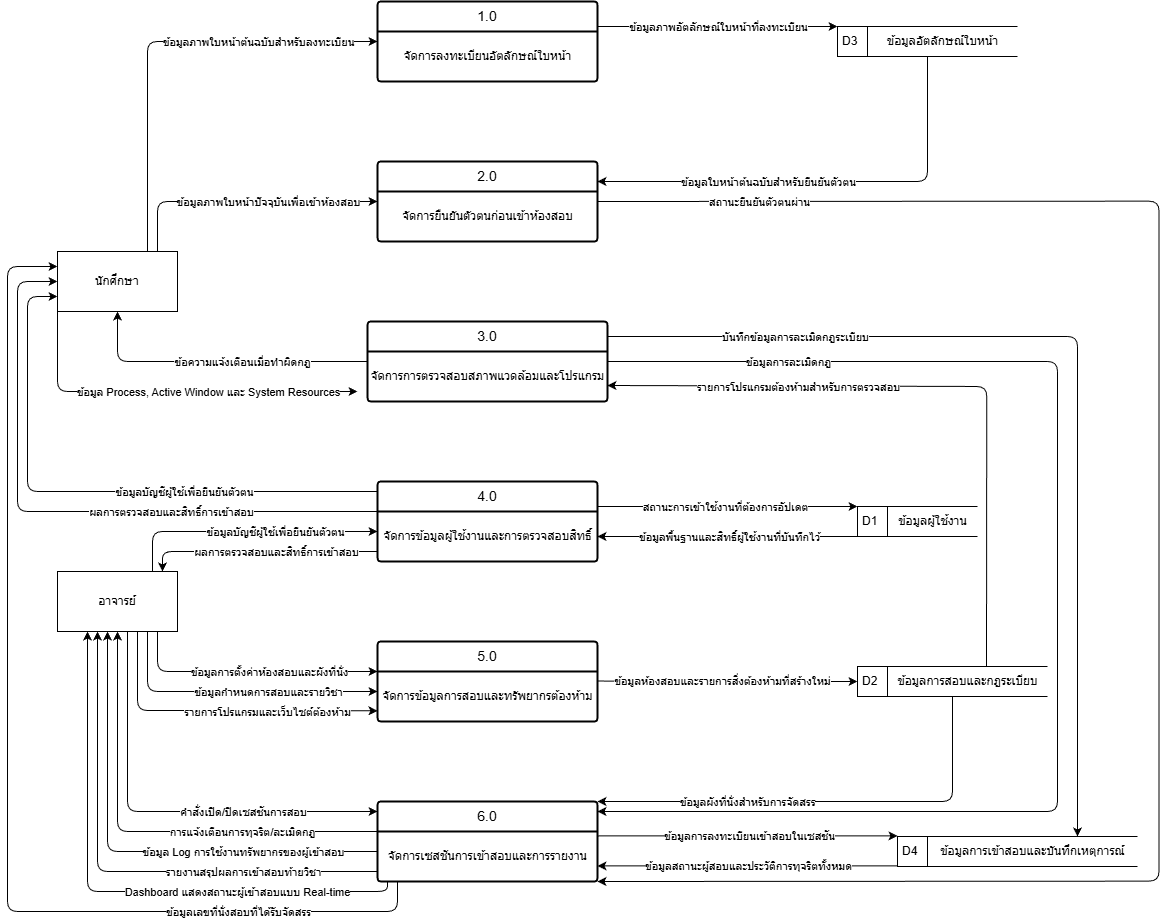
Earlier version of the draw.io export diagram_now/diagran_picture/DFD1.png (PatcharaphonKoosomsarp/FACE-EXAM). Source tidied: cells renumbered, new cells last; positions are measured from the earlier drawing's top-left corner, leaving out a move shared by most shapes.
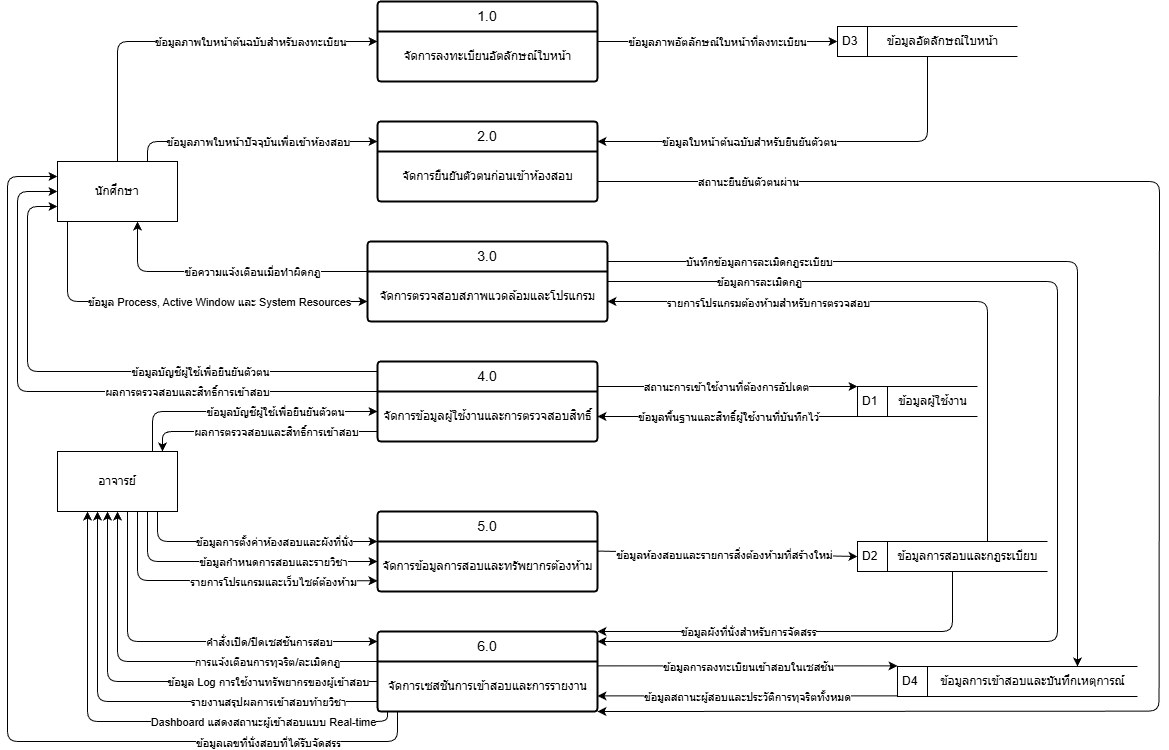
After the change.

What changed in the source:
```diff
@@ -5,3 +5,3 @@
     <mxCell id="2" value="4.0" style="swimlane;horizontal=1;startSize=30;rounded=1;fontSize=14;fontStyle=0;strokeWidth=2;shadow=0;dashed=0;align=center;arcSize=4;whiteSpace=wrap;html=1;" parent="1" vertex="1">
-      <mxGeometry x="370" y="480" width="220" height="80" as="geometry" />
+      <mxGeometry x="370" y="530" width="220" height="80" as="geometry" />
     </mxCell>
@@ -11,3 +11,3 @@
     <mxCell id="4" value="5.0" style="swimlane;horizontal=1;startSize=30;rounded=1;fontSize=14;fontStyle=0;strokeWidth=2;shadow=0;dashed=0;align=center;arcSize=4;whiteSpace=wrap;html=1;" parent="1" vertex="1">
-      <mxGeometry x="370" y="640" width="220" height="80" as="geometry" />
+      <mxGeometry x="370" y="680" width="220" height="80" as="geometry" />
     </mxCell>
@@ -17,3 +17,3 @@
     <mxCell id="6" style="group;" parent="1" vertex="1">
-      <mxGeometry x="850" y="505" width="120" height="30" as="geometry" />
+      <mxGeometry x="850" y="555" width="120" height="30" as="geometry" />
     </mxCell>
@@ -26,3 +26,3 @@
     <mxCell id="9" style="group;" parent="1" vertex="1">
-      <mxGeometry x="850" y="665" width="190" height="30" as="geometry" />
+      <mxGeometry x="850" y="710" width="190" height="30" as="geometry" />
     </mxCell>
@@ -35,3 +35,3 @@
     <mxCell id="12" style="group;" parent="1" vertex="1">
-      <mxGeometry x="830" y="25" width="180" height="30" as="geometry" />
+      <mxGeometry x="830" y="195" width="180" height="30" as="geometry" />
     </mxCell>
@@ -53,5 +53,5 @@
     <mxCell id="18" value="3.0" style="swimlane;horizontal=1;startSize=30;rounded=1;fontSize=14;fontStyle=0;strokeWidth=2;shadow=0;dashed=0;align=center;arcSize=4;whiteSpace=wrap;html=1;" parent="1" vertex="1">
-      <mxGeometry x="360" y="320" width="240" height="80" as="geometry" />
+      <mxGeometry x="360" y="410" width="240" height="80" as="geometry" />
     </mxCell>
-    <mxCell id="19" value="จัดการการตรวจสอบสภาพแวดล้อมและโปรแกรม" style="text;html=1;align=center;verticalAlign=middle;points=[];strokeColor=none;fillColor=none;" parent="18" vertex="1">
+    <mxCell id="19" value="จัดการตรวจสอบสภาพแวดล้อมและโปรแกรม" style="text;html=1;align=center;verticalAlign=middle;points=[];strokeColor=none;fillColor=none;" parent="18" vertex="1">
       <mxGeometry y="30" width="240" height="50" as="geometry" />
@@ -60,6 +60,6 @@
       <mxGeometry relative="1" as="geometry">
-        <mxPoint x="370" y="490" as="sourcePoint" />
+        <mxPoint x="370" y="540" as="sourcePoint" />
         <Array as="points">
-          <mxPoint x="20" y="490" />
-          <mxPoint x="20" y="295" />
+          <mxPoint x="20" y="540" />
+          <mxPoint x="20" y="375" />
         </Array>
@@ -74,6 +74,6 @@
       <mxGeometry relative="1" as="geometry">
-        <mxPoint x="370" y="510" as="sourcePoint" />
+        <mxPoint x="370" y="560" as="sourcePoint" />
         <Array as="points">
-          <mxPoint x="10" y="510" />
-          <mxPoint x="10" y="280" />
+          <mxPoint x="10" y="560" />
+          <mxPoint x="10" y="360" />
         </Array>
@@ -88,6 +88,6 @@
       <mxGeometry relative="1" as="geometry">
-        <mxPoint x="150" y="630" as="sourcePoint" />
-        <mxPoint x="370" y="670" as="targetPoint" />
+        <mxPoint x="150" y="680" as="sourcePoint" />
+        <mxPoint x="370" y="710" as="targetPoint" />
         <Array as="points">
-          <mxPoint x="150" y="670" />
+          <mxPoint x="150" y="710" />
         </Array>
@@ -102,6 +102,6 @@
       <mxGeometry relative="1" as="geometry">
-        <mxPoint x="140" y="630" as="sourcePoint" />
-        <mxPoint x="370" y="690" as="targetPoint" />
+        <mxPoint x="140" y="680" as="sourcePoint" />
+        <mxPoint x="370" y="730" as="targetPoint" />
         <Array as="points">
-          <mxPoint x="140" y="690" />
+          <mxPoint x="140" y="730" />
         </Array>
@@ -116,6 +116,6 @@
       <mxGeometry relative="1" as="geometry">
-        <mxPoint x="130" y="630" as="sourcePoint" />
-        <mxPoint x="370" y="709.3" as="targetPoint" />
+        <mxPoint x="130" y="680" as="sourcePoint" />
+        <mxPoint x="370" y="749.3" as="targetPoint" />
         <Array as="points">
-          <mxPoint x="130" y="709" />
+          <mxPoint x="130" y="749" />
         </Array>
@@ -128,23 +128,6 @@
     </mxCell>
-    <mxCell id="30" style="endArrow=classic;html=1;entryX=0;entryY=0.8;entryDx=0;entryDy=0;entryPerimeter=0;" parent="1" edge="1">
-      <mxGeometry relative="1" as="geometry">
-        <mxPoint x="140" y="250" as="sourcePoint" />
-        <mxPoint x="370" y="40" as="targetPoint" />
-        <Array as="points">
-          <mxPoint x="140" y="40" />
-          <mxPoint x="300" y="40" />
-        </Array>
-      </mxGeometry>
-    </mxCell>
-    <mxCell id="31" value="ข้อมูลภาพใบหน้าต้นฉบับสำหรับลงทะเบียน" style="edgeLabel;html=1;align=center;verticalAlign=middle;" parent="30" vertex="1">
-      <mxGeometry x="0.02" relative="1" as="geometry">
-        <mxPoint x="96" as="offset" />
-      </mxGeometry>
-    </mxCell>
-    <mxCell id="32" style="endArrow=classic;html=1;" parent="1" edge="1">
+    <mxCell id="32" style="endArrow=classic;html=1;entryX=0;entryY=0.25;entryDx=0;entryDy=0;exitX=0.75;exitY=0;exitDx=0;exitDy=0;" parent="1" edge="1" source="51" target="54">
       <mxGeometry relative="1" as="geometry">
-        <mxPoint x="150" y="250" as="sourcePoint" />
-        <mxPoint x="370" y="200" as="targetPoint" />
         <Array as="points">
-          <mxPoint x="150" y="200" />
+          <mxPoint x="140" y="310" />
         </Array>
@@ -154,11 +137,10 @@
       <mxGeometry x="0.02" relative="1" as="geometry">
-        <mxPoint x="22" as="offset" />
+        <mxPoint x="2" as="offset" />
       </mxGeometry>
     </mxCell>
-    <mxCell id="34" style="endArrow=classic;html=1;entryX=0.993;entryY=1.007;entryDx=0;entryDy=0;entryPerimeter=0;" parent="1" edge="1">
+    <mxCell id="34" style="endArrow=classic;html=1;entryX=0.993;entryY=1.007;entryDx=0;entryDy=0;entryPerimeter=0;exitX=1;exitY=0.75;exitDx=0;exitDy=0;" parent="1" edge="1" source="54">
       <mxGeometry relative="1" as="geometry">
-        <mxPoint x="590" y="200" as="sourcePoint" />
         <mxPoint x="590" y="880" as="targetPoint" />
         <Array as="points">
-          <mxPoint x="1151.5" y="199.6" />
+          <mxPoint x="1152" y="350" />
           <mxPoint x="1151.5" y="879.7" />
@@ -169,3 +151,3 @@
       <mxGeometry x="0.02" relative="1" as="geometry">
-        <mxPoint x="-400" y="-358" as="offset" />
+        <mxPoint x="-412" y="-281" as="offset" />
       </mxGeometry>
@@ -174,3 +156,3 @@
       <mxGeometry relative="1" as="geometry">
-        <mxPoint x="120" y="630" as="sourcePoint" />
+        <mxPoint x="120" y="680" as="sourcePoint" />
         <mxPoint x="370" y="810" as="targetPoint" />
@@ -192,3 +174,3 @@
           <mxPoint y="910" />
-          <mxPoint y="265" />
+          <mxPoint y="345" />
         </Array>
@@ -198,3 +180,3 @@
       <mxGeometry x="0.02" relative="1" as="geometry">
-        <mxPoint x="230" y="149" as="offset" />
+        <mxPoint x="260" y="108" as="offset" />
       </mxGeometry>
@@ -204,3 +186,3 @@
         <mxPoint x="370" y="830" as="sourcePoint" />
-        <mxPoint x="110" y="630" as="targetPoint" />
+        <mxPoint x="110" y="680" as="targetPoint" />
         <Array as="points">
@@ -218,3 +200,3 @@
         <mxPoint x="370" y="850" as="sourcePoint" />
-        <mxPoint x="100" y="630" as="targetPoint" />
+        <mxPoint x="100" y="680" as="targetPoint" />
         <Array as="points">
@@ -232,3 +214,3 @@
         <mxPoint x="370" y="870" as="sourcePoint" />
-        <mxPoint x="90" y="630" as="targetPoint" />
+        <mxPoint x="90" y="680" as="targetPoint" />
         <Array as="points">
@@ -245,6 +227,6 @@
       <mxGeometry relative="1" as="geometry">
-        <mxPoint x="145" y="570" as="sourcePoint" />
-        <mxPoint x="370" y="530" as="targetPoint" />
+        <mxPoint x="145" y="620" as="sourcePoint" />
+        <mxPoint x="370" y="580" as="targetPoint" />
         <Array as="points">
-          <mxPoint x="145" y="530" />
+          <mxPoint x="145" y="580" />
         </Array>
@@ -259,6 +241,6 @@
       <mxGeometry relative="1" as="geometry">
-        <mxPoint x="370" y="550" as="sourcePoint" />
-        <mxPoint x="155" y="570" as="targetPoint" />
+        <mxPoint x="370" y="600" as="sourcePoint" />
+        <mxPoint x="155" y="620" as="targetPoint" />
         <Array as="points">
-          <mxPoint x="155" y="550" />
+          <mxPoint x="155" y="600" />
         </Array>
@@ -272,9 +254,9 @@
     <mxCell id="50" value="อาจารย์" style="whiteSpace=wrap;html=1;" parent="1" vertex="1">
-      <mxGeometry x="50" y="570" width="120" height="60" as="geometry" />
+      <mxGeometry x="50" y="620" width="120" height="60" as="geometry" />
     </mxCell>
     <mxCell id="51" value="นักศึกษา" style="whiteSpace=wrap;html=1;" parent="1" vertex="1">
-      <mxGeometry x="50" y="250" width="120" height="60" as="geometry" />
+      <mxGeometry x="50" y="330" width="120" height="60" as="geometry" />
     </mxCell>
     <mxCell id="52" value="1.0" style="swimlane;horizontal=1;startSize=30;rounded=1;fontSize=14;fontStyle=0;strokeWidth=2;shadow=0;dashed=0;align=center;arcSize=4;whiteSpace=wrap;html=1;" parent="1" vertex="1">
-      <mxGeometry x="370" width="220" height="80" as="geometry" />
+      <mxGeometry x="370" y="170" width="220" height="80" as="geometry" />
     </mxCell>
@@ -284,3 +266,3 @@
     <mxCell id="54" value="2.0" style="swimlane;horizontal=1;startSize=30;rounded=1;fontSize=14;fontStyle=0;strokeWidth=2;shadow=0;dashed=0;align=center;arcSize=4;whiteSpace=wrap;html=1;" parent="1" vertex="1">
-      <mxGeometry x="370" y="160" width="220" height="80" as="geometry" />
+      <mxGeometry x="370" y="290" width="220" height="80" as="geometry" />
     </mxCell>
@@ -297,3 +279,3 @@
       <mxGeometry relative="1" as="geometry">
-        <mxPoint x="590" y="505" as="sourcePoint" />
+        <mxPoint x="590" y="555" as="sourcePoint" />
       </mxGeometry>
@@ -307,3 +289,3 @@
       <mxGeometry relative="1" as="geometry">
-        <mxPoint x="590" y="535" as="targetPoint" />
+        <mxPoint x="590" y="585" as="targetPoint" />
       </mxGeometry>
@@ -317,3 +299,3 @@
       <mxGeometry relative="1" as="geometry">
-        <mxPoint x="590" y="679.5" as="sourcePoint" />
+        <mxPoint x="590" y="719.5" as="sourcePoint" />
       </mxGeometry>
@@ -325,6 +307,4 @@
     </mxCell>
-    <mxCell id="64" style="edgeStyle=none;jettySize=auto;html=1;rounded=1;strokeColor=default;align=center;verticalAlign=middle;fontFamily=Helvetica;fontSize=11;fontColor=default;labelBackgroundColor=default;endArrow=classic;entryX=0;entryY=0;entryDx=0;entryDy=0;" parent="1" edge="1" target="13">
-      <mxGeometry relative="1" as="geometry">
-        <mxPoint x="590" y="25" as="sourcePoint" />
-      </mxGeometry>
+    <mxCell id="64" style="edgeStyle=none;jettySize=auto;html=1;rounded=1;strokeColor=default;align=center;verticalAlign=middle;fontFamily=Helvetica;fontSize=11;fontColor=default;labelBackgroundColor=default;endArrow=classic;entryX=0;entryY=0.5;entryDx=0;entryDy=0;exitX=1;exitY=0.5;exitDx=0;exitDy=0;" parent="1" edge="1" source="52" target="13">
+      <mxGeometry relative="1" as="geometry" />
     </mxCell>
@@ -338,3 +318,3 @@
         <Array as="points">
-          <mxPoint x="920" y="180" />
+          <mxPoint x="920" y="310" />
         </Array>
@@ -344,10 +324,11 @@
       <mxGeometry x="0.34" relative="1" as="geometry">
-        <mxPoint x="20" as="offset" />
+        <mxPoint x="13" as="offset" />
       </mxGeometry>
     </mxCell>
-    <mxCell id="68" style="edgeStyle=none;jettySize=auto;html=1;rounded=1;strokeColor=default;align=center;verticalAlign=middle;fontFamily=Helvetica;fontSize=11;fontColor=default;labelBackgroundColor=default;endArrow=classic;exitX=0;exitY=1;exitDx=0;exitDy=0;" parent="1" edge="1" source="51">
+    <mxCell id="68" style="edgeStyle=none;orthogonalLoop=1;jettySize=auto;html=1;rounded=1;strokeColor=default;align=center;verticalAlign=middle;fontFamily=Helvetica;fontSize=11;fontColor=default;labelBackgroundColor=default;endArrow=classic;exitX=0;exitY=1;exitDx=0;exitDy=0;" parent="1" edge="1">
       <mxGeometry relative="1" as="geometry">
-        <mxPoint x="350" y="390" as="targetPoint" />
+        <mxPoint x="60" y="390" as="sourcePoint" />
+        <mxPoint x="360" y="470" as="targetPoint" />
         <Array as="points">
-          <mxPoint x="50" y="390" />
+          <mxPoint x="60" y="470" />
         </Array>
@@ -360,6 +341,8 @@
     </mxCell>
-    <mxCell id="70" style="edgeStyle=none;jettySize=auto;html=1;rounded=1;strokeColor=default;align=center;verticalAlign=middle;fontFamily=Helvetica;fontSize=11;fontColor=default;labelBackgroundColor=default;endArrow=classic;entryX=0.5;entryY=1;entryDx=0;entryDy=0;exitX=0;exitY=0.2;exitDx=0;exitDy=0;exitPerimeter=0;" parent="1" edge="1" source="19" target="51">
+    <mxCell id="70" style="edgeStyle=none;orthogonalLoop=1;jettySize=auto;html=1;rounded=1;strokeColor=default;align=center;verticalAlign=middle;fontFamily=Helvetica;fontSize=11;fontColor=default;labelBackgroundColor=default;endArrow=classic;entryX=0.5;entryY=1;entryDx=0;entryDy=0;" parent="1" edge="1">
       <mxGeometry relative="1" as="geometry">
+        <mxPoint x="360" y="440" as="sourcePoint" />
+        <mxPoint x="130" y="390" as="targetPoint" />
         <Array as="points">
-          <mxPoint x="110" y="360" />
+          <mxPoint x="130" y="440" />
         </Array>
@@ -372,8 +355,7 @@
     </mxCell>
-    <mxCell id="72" style="edgeStyle=none;orthogonalLoop=1;jettySize=auto;html=1;rounded=1;strokeColor=default;align=center;verticalAlign=middle;fontFamily=Helvetica;fontSize=11;fontColor=default;labelBackgroundColor=default;endArrow=classic;" parent="1" edge="1">
+    <mxCell id="72" style="edgeStyle=none;jettySize=auto;html=1;rounded=1;strokeColor=default;align=center;verticalAlign=middle;fontFamily=Helvetica;fontSize=11;fontColor=default;labelBackgroundColor=default;endArrow=classic;exitX=1;exitY=0.5;exitDx=0;exitDy=0;" parent="1" edge="1" source="18">
       <mxGeometry relative="1" as="geometry">
-        <mxPoint x="600" y="360" as="sourcePoint" />
         <mxPoint x="590" y="810" as="targetPoint" />
         <Array as="points">
-          <mxPoint x="1050" y="360" />
+          <mxPoint x="1050" y="450" />
           <mxPoint x="1050" y="810" />
@@ -384,3 +366,3 @@
       <mxGeometry x="0.68" y="-4" relative="1" as="geometry">
-        <mxPoint x="-29" y="-446" as="offset" />
+        <mxPoint x="-44" y="-356" as="offset" />
       </mxGeometry>
@@ -390,3 +372,3 @@
         <mxPoint x="380" y="880" as="sourcePoint" />
-        <mxPoint x="80" y="630" as="targetPoint" />
+        <mxPoint x="80" y="680" as="targetPoint" />
         <Array as="points">
@@ -402,8 +384,8 @@
     </mxCell>
-    <mxCell id="76" style="edgeStyle=none;orthogonalLoop=1;jettySize=auto;html=1;rounded=1;strokeColor=default;align=center;verticalAlign=middle;fontFamily=Helvetica;fontSize=11;fontColor=default;labelBackgroundColor=default;endArrow=classic;" parent="1" edge="1">
+    <mxCell id="76" style="edgeStyle=none;orthogonalLoop=1;jettySize=auto;html=1;rounded=1;strokeColor=default;align=center;verticalAlign=middle;fontFamily=Helvetica;fontSize=11;fontColor=default;labelBackgroundColor=default;endArrow=classic;entryX=1;entryY=0.75;entryDx=0;entryDy=0;" parent="1" edge="1">
       <mxGeometry relative="1" as="geometry">
-        <mxPoint x="979" y="665" as="sourcePoint" />
-        <mxPoint x="600" y="384" as="targetPoint" />
+        <mxPoint x="980" y="710" as="sourcePoint" />
+        <mxPoint x="600" y="470" as="targetPoint" />
         <Array as="points">
-          <mxPoint x="979.3" y="385" />
+          <mxPoint x="980" y="470" />
         </Array>
@@ -413,8 +395,8 @@
       <mxGeometry x="0.64" y="1" relative="1" as="geometry">
-        <mxPoint x="71" as="offset" />
+        <mxPoint x="47" as="offset" />
       </mxGeometry>
     </mxCell>
-    <mxCell id="78" style="edgeStyle=none;orthogonalLoop=1;jettySize=auto;html=1;rounded=1;strokeColor=default;align=center;verticalAlign=middle;fontFamily=Helvetica;fontSize=11;fontColor=default;labelBackgroundColor=default;endArrow=classic;exitX=0.5;exitY=1;exitDx=0;exitDy=0;" parent="1" edge="1">
+    <mxCell id="78" style="edgeStyle=none;orthogonalLoop=1;jettySize=auto;html=1;rounded=1;strokeColor=default;align=center;verticalAlign=middle;fontFamily=Helvetica;fontSize=11;fontColor=default;labelBackgroundColor=default;endArrow=classic;" parent="1" edge="1">
       <mxGeometry relative="1" as="geometry">
-        <mxPoint x="945" y="695" as="sourcePoint" />
+        <mxPoint x="945" y="740" as="sourcePoint" />
         <mxPoint x="590" y="800" as="targetPoint" />
@@ -430,3 +412,3 @@
       <mxGeometry x="-0.08" y="-3" relative="1" as="geometry">
-        <mxPoint x="-98" y="3" as="offset" />
+        <mxPoint x="-73" y="3" as="offset" />
       </mxGeometry>
@@ -453,8 +435,7 @@
     </mxCell>
-    <mxCell id="85" style="edgeStyle=none;orthogonalLoop=1;jettySize=auto;html=1;rounded=1;strokeColor=default;align=center;verticalAlign=middle;fontFamily=Helvetica;fontSize=11;fontColor=default;labelBackgroundColor=default;endArrow=classic;exitX=1;exitY=0.25;exitDx=0;exitDy=0;" parent="1" edge="1">
+    <mxCell id="85" style="edgeStyle=none;jettySize=auto;html=1;rounded=1;strokeColor=default;align=center;verticalAlign=middle;fontFamily=Helvetica;fontSize=11;fontColor=default;labelBackgroundColor=default;endArrow=classic;exitX=1;exitY=0.25;exitDx=0;exitDy=0;" parent="1" edge="1" source="18">
       <mxGeometry relative="1" as="geometry">
-        <mxPoint x="600" y="335" as="sourcePoint" />
         <mxPoint x="1070" y="835" as="targetPoint" />
         <Array as="points">
-          <mxPoint x="1070" y="335" />
+          <mxPoint x="1070" y="430" />
         </Array>
@@ -464,5 +445,17 @@
       <mxGeometry x="-0.58" y="4" relative="1" as="geometry">
-        <mxPoint x="-17" y="4" as="offset" />
+        <mxPoint x="-34" y="4" as="offset" />
       </mxGeometry>
     </mxCell>
+    <mxCell id="87" style="edgeStyle=none;jettySize=auto;html=1;rounded=1;strokeColor=default;align=center;verticalAlign=middle;fontFamily=Helvetica;fontSize=11;fontColor=default;labelBackgroundColor=default;endArrow=classic;exitX=0.5;exitY=0;exitDx=0;exitDy=0;entryX=0;entryY=0.5;entryDx=0;entryDy=0;" parent="1" edge="1" source="51" target="52">
+      <mxGeometry relative="1" as="geometry">
+        <Array as="points">
+          <mxPoint x="110" y="210" />
+        </Array>
+      </mxGeometry>
+    </mxCell>
+    <mxCell id="31" value="&lt;span style=&quot;color: rgb(0, 0, 0);&quot;&gt;ข้อมูลภาพใบหน้าต้นฉบับสำหรับลงทะเบียน&lt;/span&gt;" style="edgeLabel;html=1;align=center;verticalAlign=middle;fontFamily=Helvetica;fontSize=11;fontColor=default;labelBackgroundColor=default;" parent="87" vertex="1">
+      <mxGeometry x="-0.28" y="4" relative="1" as="geometry">
+        <mxPoint x="114" y="4" as="offset" />
+      </mxGeometry>
+    </mxCell>
   </root>
```
